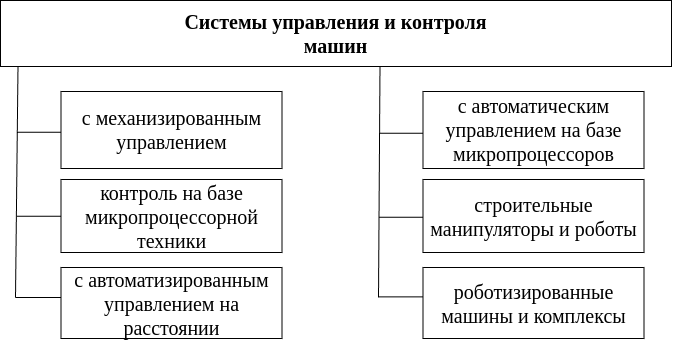
dreddsa5dies/phd keeps this draw.io diagram as Dissertation/images/drawio/control.drawio.png. Above is the earlier version. Source tidied: cells renumbered, new cells last; positions are measured from the earlier drawing's top-left corner, leaving out a move shared by most shapes.
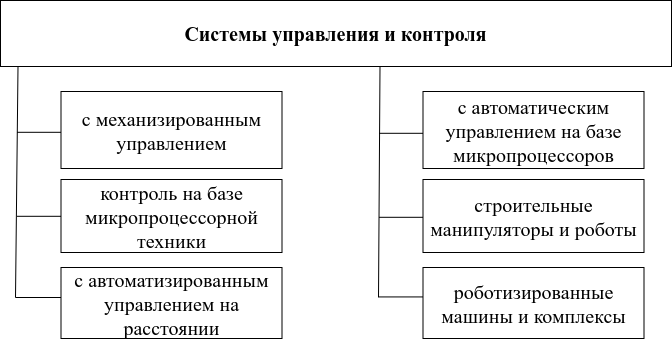
After the commit.

Diff of the diagram source:
```diff
@@ -2,7 +2,7 @@
   <root>
     <mxCell id="0" />
     <mxCell id="1" parent="0" />
-    <mxCell id="2" value="Системы управления&amp;nbsp;и контроля&lt;div&gt;машин&lt;/div&gt;" style="rounded=0;whiteSpace=wrap;html=1;fontSize=20;fontStyle=1;fontFamily=Times New Roman;" parent="1" vertex="1">
+    <mxCell id="2" value="Системы управления&amp;nbsp;и контроля" style="rounded=0;whiteSpace=wrap;html=1;fontSize=20;fontStyle=1;fontFamily=Times New Roman;" parent="1" vertex="1">
       <mxGeometry width="671" height="66" as="geometry" />
     </mxCell>
     <mxCell id="3" value="с автоматическим управлением на базе микропроцессоров" style="rounded=0;whiteSpace=wrap;html=1;fontSize=20;fontFamily=Times New Roman;" parent="1" vertex="1">
```
